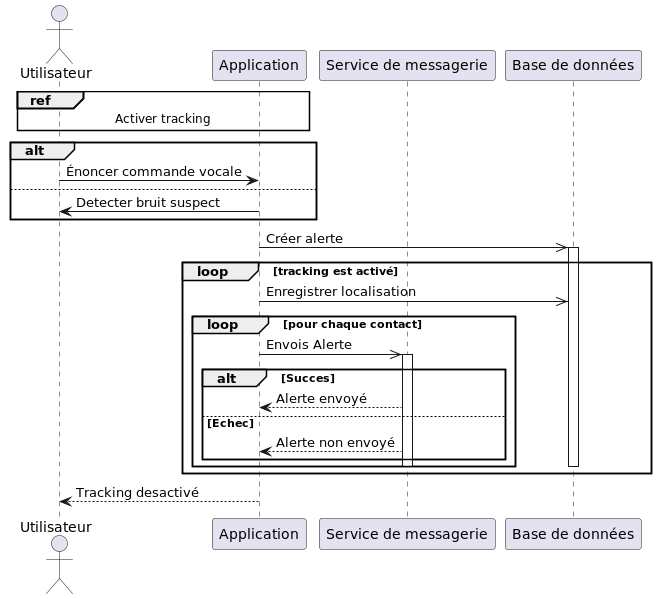
Before: images/envoyer_alerte.png, a diagram exported from PlantUML (yveskalume/tfe). The source it was exported from:
```plantuml
@startuml
!pragma layout smetana

actor Utilisateur
participant Application
participant "Service de messagerie" as SM
participant "Base de données" as DB
ref over Utilisateur, Application : Activer tracking

alt
    Utilisateur -> Application : Énoncer commande vocale
else
    Application -> Utilisateur : Detecter bruit suspect
end
    Application ->> DB : Créer alerte
    activate DB

    loop tracking est activé
        Application ->> DB : Enregistrer localisation
        loop pour chaque contact
            Application ->> SM : Envois Alerte
            activate SM
            alt Succes
                Application <-- SM : Alerte envoyé
            else Echec
                Application <-- SM : Alerte non envoyé
            end
            deactivate SM
            deactivate DB
        end
    end

Utilisateur <-- Application : Tracking desactivé
@enduml
```
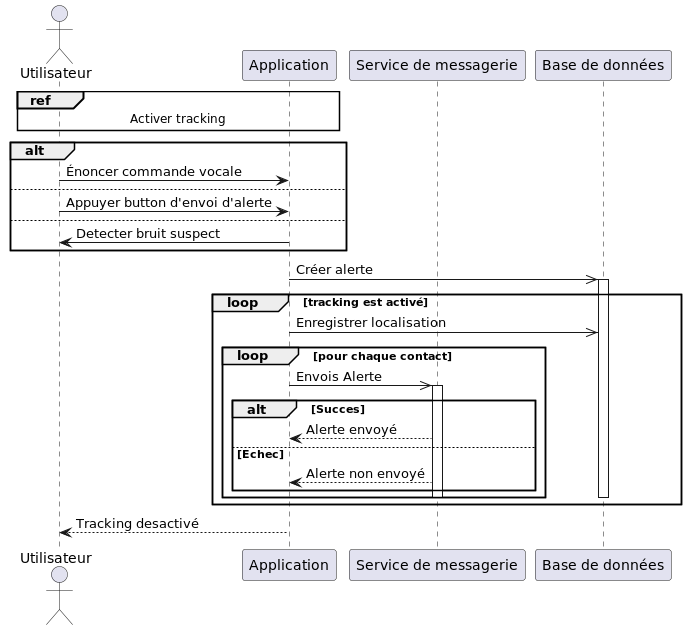
The same diagram one commit later.

Change to the diagram source:
```diff
@@ -9,6 +9,8 @@
 
 alt
     Utilisateur -> Application : Énoncer commande vocale
+else
+    Utilisateur -> Application : Appuyer button d'envoi d'alerte
 else
     Application -> Utilisateur : Detecter bruit suspect
 end
```
